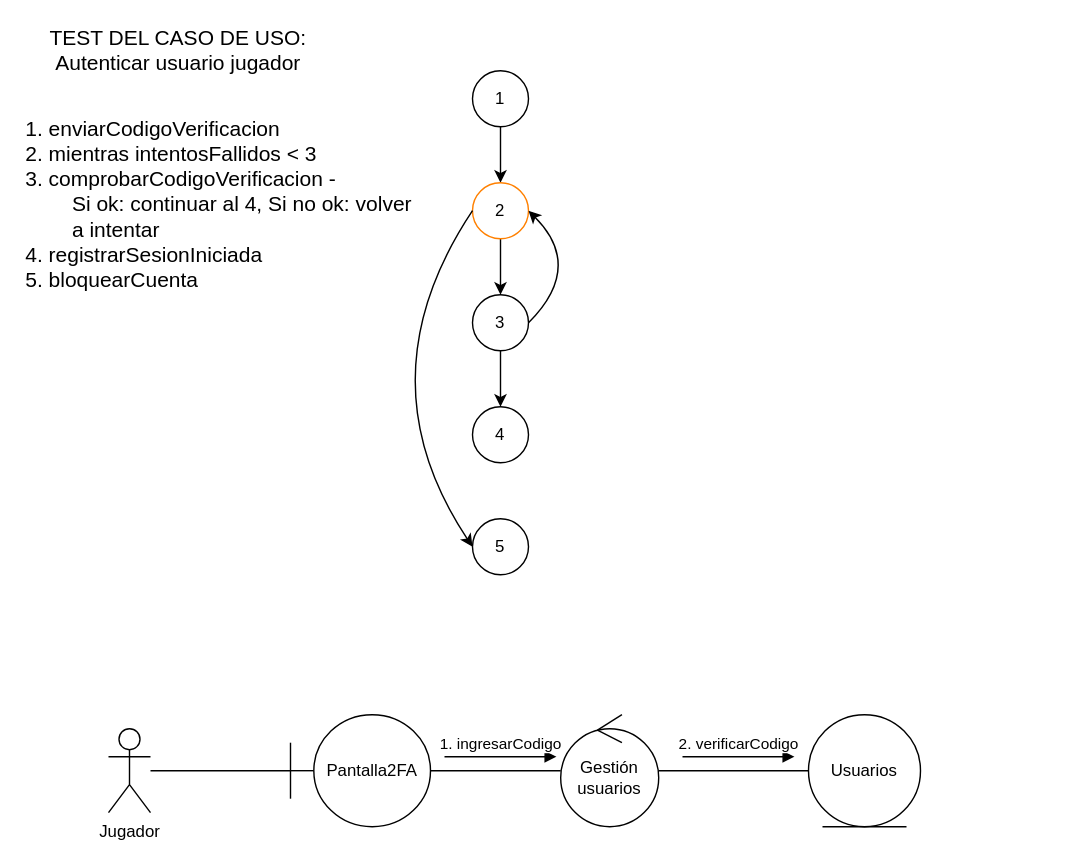
Above: Testing/GrafoDeFlujo.drawio in ProyectoED/AplicacionTestingVideojuegos (draw.io), before the change. Source tidied: cells renumbered, new cells numbered last; positions are measured from the earlier drawing's top-left corner, leaving out a move shared by most shapes. Both pictures are drawn from the tidied source at 140%, with x=0, y=0 at pixel (24, 28).
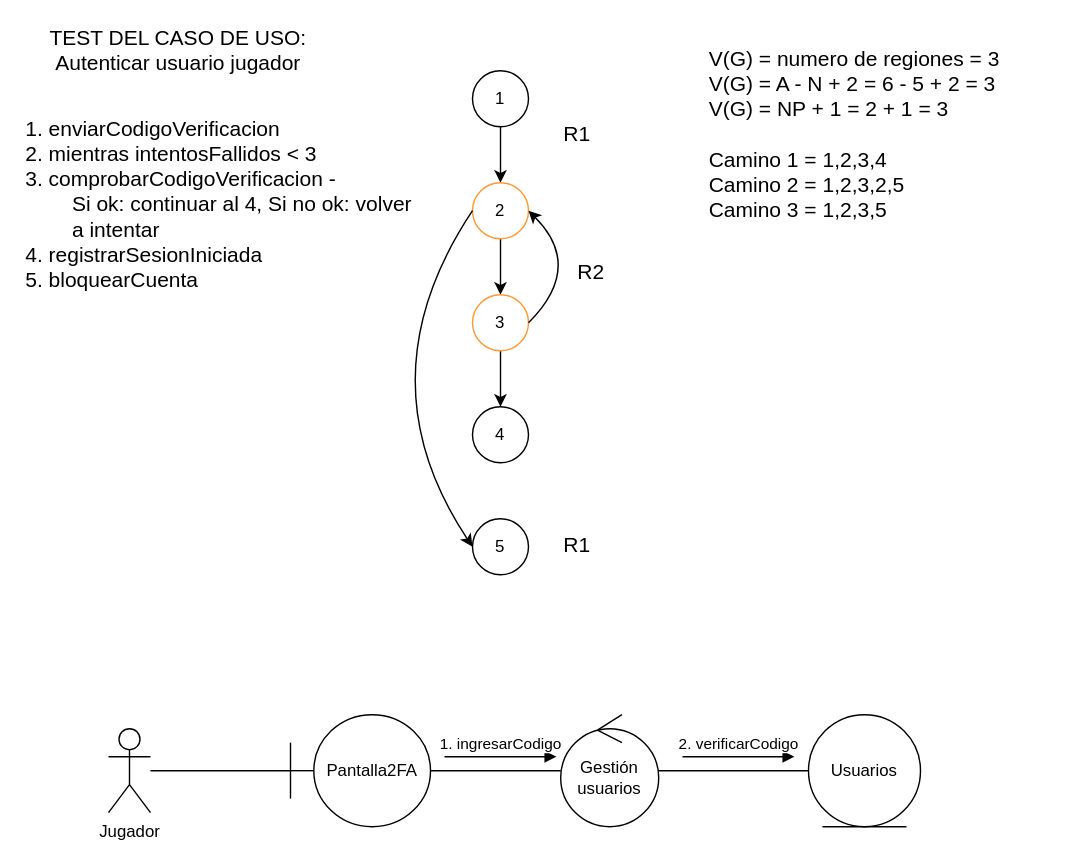
The same page after the edit.

Commit message:
Añadida complejidad ciclomática

Change to the diagram source:
```diff
@@
-    <mxCell id="5" value="2" style="ellipse;whiteSpace=wrap;html=1;strokeColor=light-dark(#FF8000,#EDEDED);" parent="1" vertex="1">
+    <mxCell id="5" value="2" style="ellipse;whiteSpace=wrap;html=1;strokeColor=light-dark(#FF9933,#FF9933);" parent="1" vertex="1">
       <mxGeometry x="320" y="110" width="40" height="40" as="geometry" />
     </mxCell>
@@
-    <mxCell id="7" value="3" style="ellipse;whiteSpace=wrap;html=1;" parent="1" vertex="1">
+    <mxCell id="7" value="3" style="ellipse;whiteSpace=wrap;html=1;fillColor=default;strokeColor=light-dark(#FF9933,#FF9933);" parent="1" vertex="1">
       <mxGeometry x="320" y="190" width="40" height="40" as="geometry" />
     </mxCell>
@@
+    <mxCell id="23" value="&lt;div align=&quot;left&quot;&gt;V(G) = numero de regiones = 3&lt;/div&gt;&lt;div align=&quot;left&quot;&gt;V(G) = A - N + 2 = 6 - 5 + 2 = 3&lt;/div&gt;&lt;div align=&quot;left&quot;&gt;V(G) = NP + 1 = 2 + 1 = 3&lt;/div&gt;&lt;div align=&quot;left&quot;&gt;&lt;br&gt;&lt;/div&gt;&lt;div align=&quot;left&quot;&gt;Camino 1 = 1,2,3,4&lt;/div&gt;&lt;div align=&quot;left&quot;&gt;Camino 2 = 1,2,3,2,5&lt;/div&gt;&lt;div align=&quot;left&quot;&gt;Camino 3 = 1,2,3,5&lt;/div&gt;" style="text;html=1;whiteSpace=wrap;strokeColor=none;fillColor=none;align=center;verticalAlign=middle;rounded=0;labelPosition=center;verticalLabelPosition=middle;fontSize=15;" parent="1" vertex="1">
+      <mxGeometry x="453" y="10" width="280" height="130" as="geometry" />
+    </mxCell>
+    <mxCell id="24" value="R1" style="text;html=1;whiteSpace=wrap;strokeColor=none;fillColor=none;align=center;verticalAlign=middle;rounded=0;labelPosition=center;verticalLabelPosition=middle;fontSize=15;" parent="1" vertex="1">
+      <mxGeometry x="350" y="52.5" width="90" height="45" as="geometry" />
+    </mxCell>
+    <mxCell id="25" value="&lt;div&gt;R2&lt;/div&gt;" style="text;html=1;whiteSpace=wrap;strokeColor=none;fillColor=none;align=center;verticalAlign=middle;rounded=0;labelPosition=center;verticalLabelPosition=middle;fontSize=15;" parent="1" vertex="1">
+      <mxGeometry x="360" y="150" width="90" height="45" as="geometry" />
+    </mxCell>
+    <mxCell id="26" value="R1" style="text;html=1;whiteSpace=wrap;strokeColor=none;fillColor=none;align=center;verticalAlign=middle;rounded=0;labelPosition=center;verticalLabelPosition=middle;fontSize=15;" parent="1" vertex="1">
+      <mxGeometry x="350" y="345" width="90" height="45" as="geometry" />
+    </mxCell>
```
